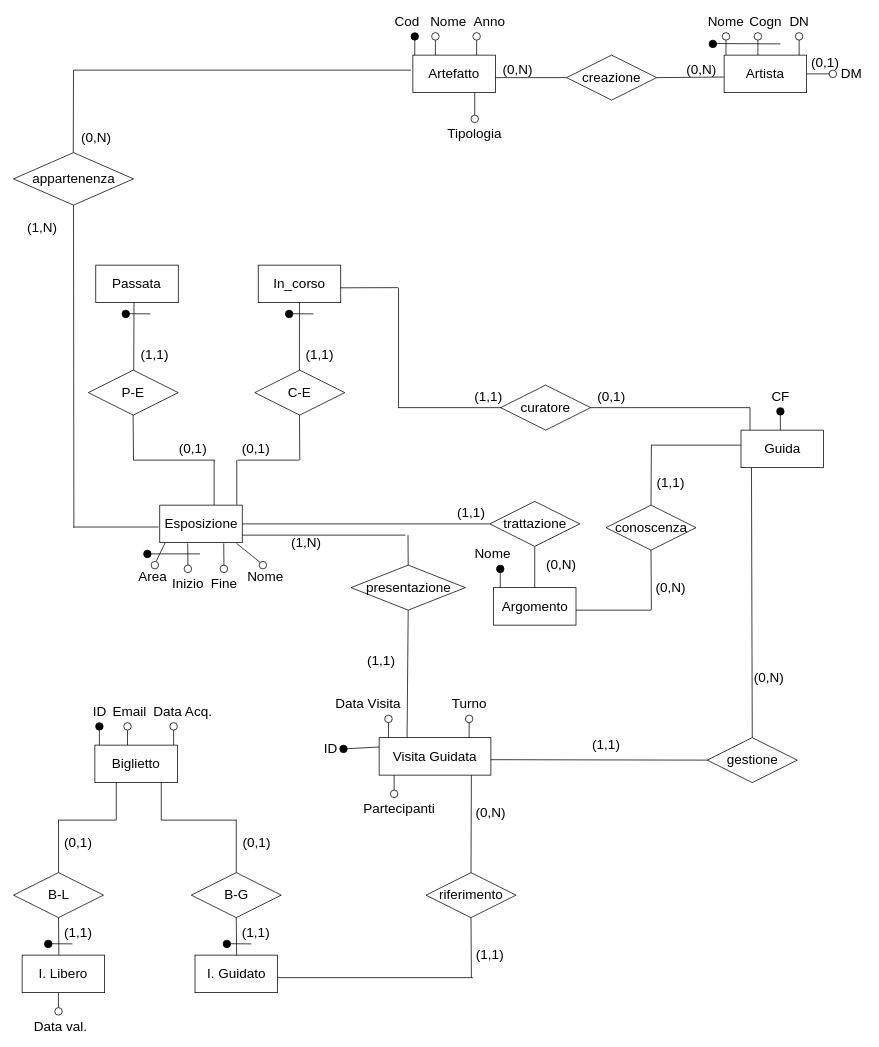
Before: Er_Ristrutturato_v3.drawio in Chris-Libra-Unipd/ProgettoBasi, a draw.io diagram. Source tidied: cells renumbered, new cells numbered last; positions are measured from the earlier drawing's top-left corner, leaving out a move shared by most shapes. Both pictures are drawn from the tidied source at 75%, with x=0, y=0 at pixel (14, 17).
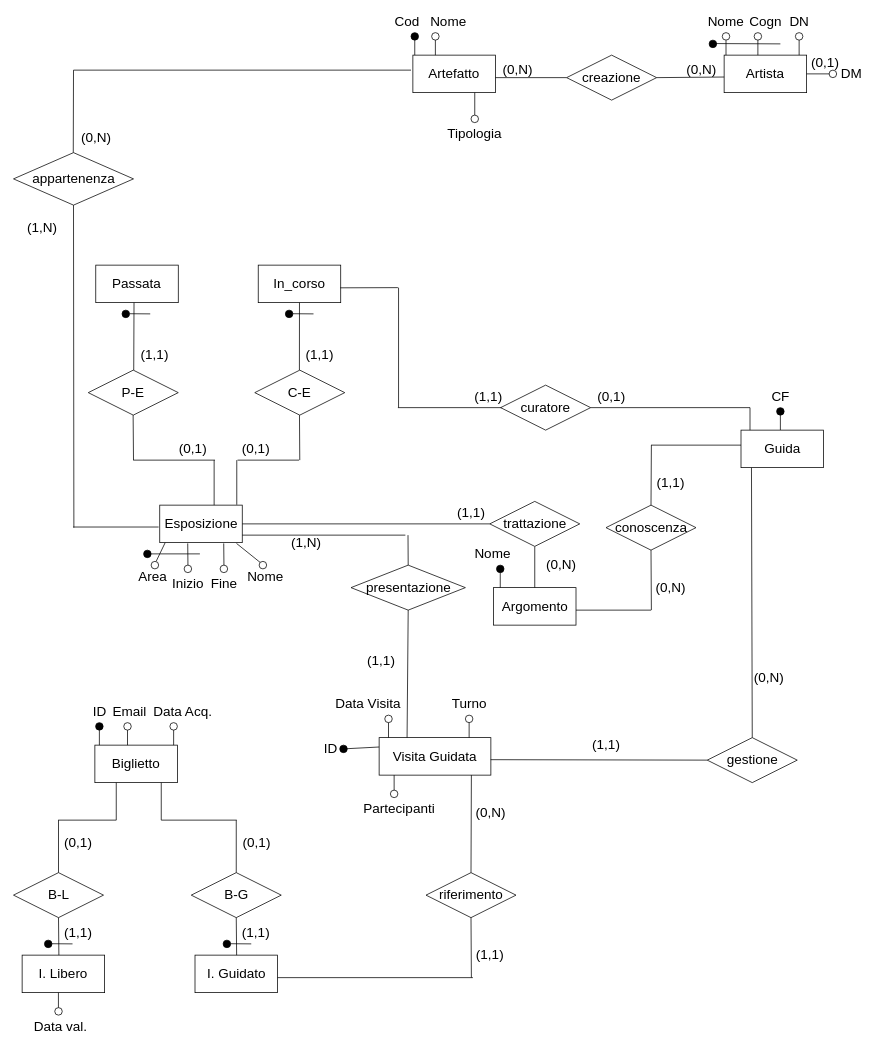
After the change.

The edit, as a diff of the source:
```diff
@@
-    <mxCell id="8" style="verticalLabelPosition=bottom;verticalAlign=top;html=1;shape=mxgraph.flowchart.on-page_reference;" parent="1" vertex="1">
-      <mxGeometry x="612" y="20" width="10" height="10" as="geometry" />
-    </mxCell>
-    <mxCell id="9" style="endArrow=none;html=1;rounded=0;entryX=0.5;entryY=1;entryDx=0;entryDy=0;entryPerimeter=0;" parent="1" edge="1" target="8">
-      <mxGeometry relative="1" as="geometry">
-        <mxPoint x="617" y="50" as="sourcePoint" />
-      </mxGeometry>
-    </mxCell>
-    <mxCell id="10" value="&lt;font style=&quot;font-size: 18px;&quot;&gt;Anno&lt;/font&gt;" style="text;html=1;align=center;verticalAlign=middle;whiteSpace=wrap;rounded=0;" parent="1" vertex="1">
-      <mxGeometry x="612" width="45" height="10" as="geometry" />
-    </mxCell>
```
